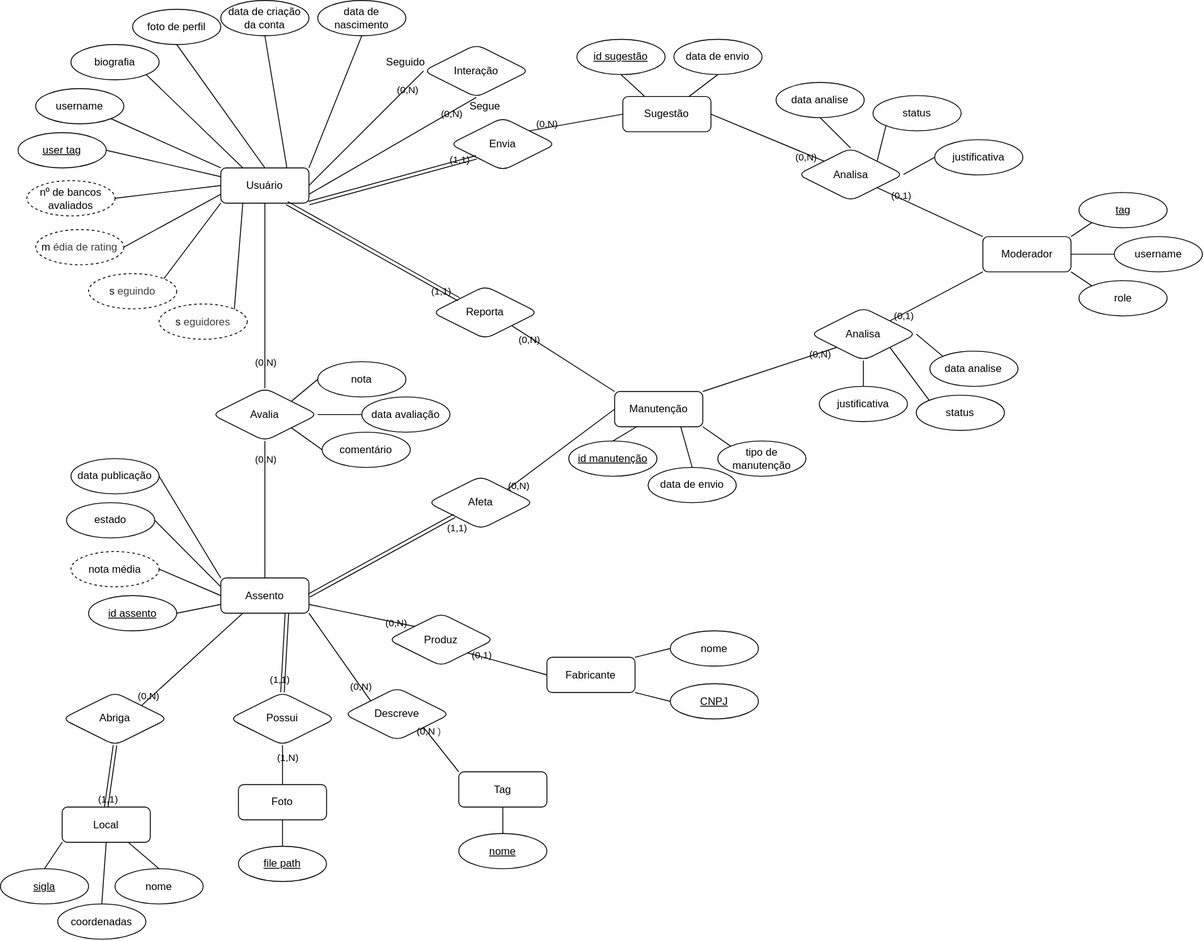
Segohui/Dados-de-Bancos---DB keeps this draw.io diagram as diagram.drawio.svg. Above is the earlier version. Source tidied: cells renumbered, new cells last; positions are measured from the earlier drawing's top-left corner, leaving out a move shared by most shapes.
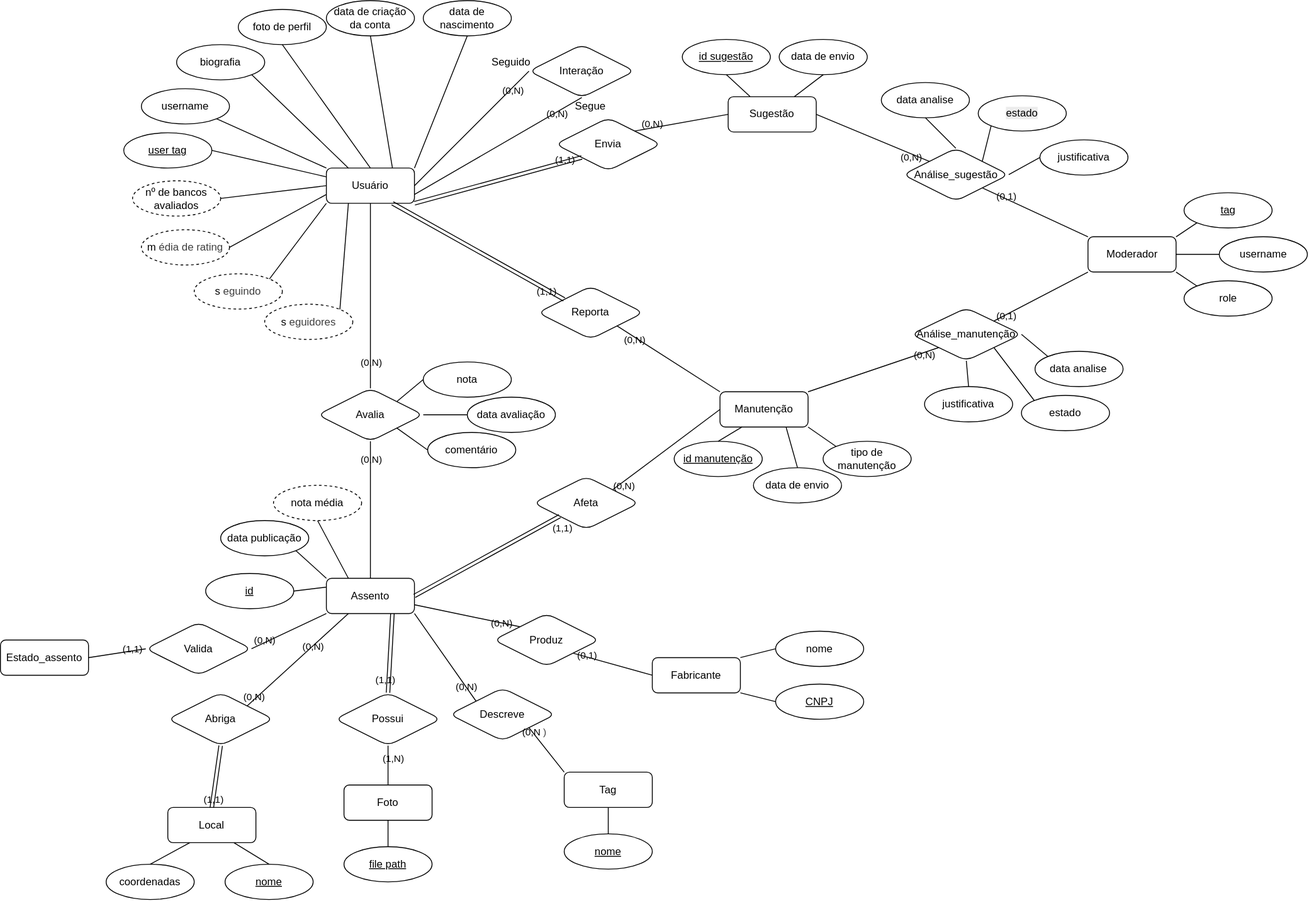
The same file after the commit.

Commit message:
refac: change seat status from attribute to entity

The edit, as a diff of the source:
```diff
@@ -62,8 +62,8 @@
         <mxPoint x="106" y="-46" as="offset" />
       </mxGeometry>
     </mxCell>
-    <mxCell id="20" value="Analisa" style="shape=rhombus;perimeter=rhombusPerimeter;whiteSpace=wrap;html=1;align=center;labelBackgroundColor=none;rounded=1;" parent="1" vertex="1">
-      <mxGeometry x="919.1" y="348.7" width="120" height="60" as="geometry" />
+    <mxCell id="20" value="Análise_manutenção" style="shape=rhombus;perimeter=rhombusPerimeter;whiteSpace=wrap;html=1;align=center;labelBackgroundColor=none;rounded=1;" parent="1" vertex="1">
+      <mxGeometry x="913.9" y="348.7" width="125.2" height="60" as="geometry" />
     </mxCell>
     <mxCell id="21" value="Moderador" style="whiteSpace=wrap;html=1;align=center;labelBackgroundColor=none;rounded=1;" parent="1" vertex="1">
       <mxGeometry x="1114.6" y="268" width="100" height="40" as="geometry" />
@@ -82,7 +82,7 @@
     <mxCell id="25" value="Sugestão" style="whiteSpace=wrap;html=1;align=center;labelBackgroundColor=none;rounded=1;" parent="1" vertex="1">
       <mxGeometry x="706.1" y="109.1" width="100" height="40" as="geometry" />
     </mxCell>
-    <mxCell id="26" value="Analisa" style="shape=rhombus;perimeter=rhombusPerimeter;whiteSpace=wrap;html=1;align=center;labelBackgroundColor=none;rounded=1;" parent="1" vertex="1">
+    <mxCell id="26" value="Análise_sugestão" style="shape=rhombus;perimeter=rhombusPerimeter;whiteSpace=wrap;html=1;align=center;labelBackgroundColor=none;rounded=1;" parent="1" vertex="1">
       <mxGeometry x="904.6" y="167.5" width="120" height="60" as="geometry" />
     </mxCell>
     <mxCell id="27" style="endArrow=none;html=1;rounded=1;exitX=1;exitY=0.5;exitDx=0;exitDy=0;entryX=0;entryY=0;entryDx=0;entryDy=0;labelBackgroundColor=none;fontColor=default;" parent="1" edge="1" source="25" target="26">
@@ -139,23 +139,17 @@
     <mxCell id="42" value="&lt;u&gt;file path&lt;/u&gt;" style="ellipse;whiteSpace=wrap;html=1;align=center;labelBackgroundColor=none;rounded=1;" parent="1" vertex="1">
       <mxGeometry x="270" y="960" width="100" height="40" as="geometry" />
     </mxCell>
-    <mxCell id="43" value="&lt;u&gt;sigla&lt;/u&gt;" style="ellipse;whiteSpace=wrap;html=1;align=center;labelBackgroundColor=none;rounded=1;" parent="1" vertex="1">
-      <mxGeometry y="985.5" width="100" height="40" as="geometry" />
-    </mxCell>
     <mxCell id="44" value="coordenadas" style="ellipse;whiteSpace=wrap;html=1;align=center;labelBackgroundColor=none;rounded=1;" parent="1" vertex="1">
-      <mxGeometry x="65" y="1025.5" width="100" height="40" as="geometry" />
+      <mxGeometry y="980" width="100" height="40" as="geometry" />
     </mxCell>
-    <mxCell id="45" value="nome" style="ellipse;whiteSpace=wrap;html=1;align=center;labelBackgroundColor=none;rounded=1;" parent="1" vertex="1">
-      <mxGeometry x="130" y="985.5" width="100" height="40" as="geometry" />
+    <mxCell id="45" value="&lt;u&gt;nome&lt;/u&gt;" style="ellipse;whiteSpace=wrap;html=1;align=center;labelBackgroundColor=none;rounded=1;" parent="1" vertex="1">
+      <mxGeometry x="135" y="980" width="100" height="40" as="geometry" />
     </mxCell>
-    <mxCell id="46" value="&lt;u&gt;id assento&lt;/u&gt;" style="ellipse;whiteSpace=wrap;html=1;align=center;labelBackgroundColor=none;rounded=1;" parent="1" vertex="1">
-      <mxGeometry x="100" y="675.5" width="100" height="40" as="geometry" />
+    <mxCell id="46" value="&lt;u&gt;id&lt;/u&gt;" style="ellipse;whiteSpace=wrap;html=1;align=center;labelBackgroundColor=none;rounded=1;" parent="1" vertex="1">
+      <mxGeometry x="113" y="650" width="100" height="40" as="geometry" />
     </mxCell>
-    <mxCell id="47" value="estado" style="ellipse;whiteSpace=wrap;html=1;align=center;labelBackgroundColor=none;rounded=1;" parent="1" vertex="1">
-      <mxGeometry x="75" y="570" width="100" height="40" as="geometry" />
-    </mxCell>
     <mxCell id="48" value="data publicação" style="ellipse;whiteSpace=wrap;html=1;align=center;labelBackgroundColor=none;rounded=1;" parent="1" vertex="1">
-      <mxGeometry x="80" y="520" width="100" height="40" as="geometry" />
+      <mxGeometry x="130" y="590" width="100" height="40" as="geometry" />
     </mxCell>
     <mxCell id="49" value="Interação" style="shape=rhombus;perimeter=rhombusPerimeter;whiteSpace=wrap;html=1;align=center;labelBackgroundColor=none;rounded=1;" parent="1" vertex="1">
       <mxGeometry x="480" y="50" width="120" height="60" as="geometry" />
@@ -182,24 +176,16 @@
     <mxCell id="55" value="Seguido" style="text;html=1;whiteSpace=wrap;strokeColor=none;fillColor=none;align=center;verticalAlign=middle;rounded=1;labelBackgroundColor=none;" parent="1" vertex="1">
       <mxGeometry x="430" y="55" width="60" height="30" as="geometry" />
     </mxCell>
-    <mxCell id="56" style="edgeStyle=none;jettySize=auto;html=1;rounded=1;endArrow=none;endFill=0;exitX=0;exitY=0;exitDx=0;exitDy=0;entryX=1;entryY=0.5;entryDx=0;entryDy=0;labelBackgroundColor=none;fontColor=default;" parent="1" edge="1" source="2" target="48">
+    <mxCell id="56" style="edgeStyle=none;jettySize=auto;html=1;rounded=1;endArrow=none;endFill=0;exitX=0;exitY=0;exitDx=0;exitDy=0;entryX=1;entryY=1;entryDx=0;entryDy=0;labelBackgroundColor=none;fontColor=default;" parent="1" edge="1" source="2" target="48">
       <mxGeometry relative="1" as="geometry" />
     </mxCell>
-    <mxCell id="57" style="edgeStyle=none;jettySize=auto;html=1;rounded=1;endArrow=none;endFill=0;exitX=1;exitY=0.5;exitDx=0;exitDy=0;entryX=0;entryY=0.25;entryDx=0;entryDy=0;labelBackgroundColor=none;fontColor=default;" parent="1" edge="1" source="47" target="2">
-      <mxGeometry relative="1" as="geometry" />
-    </mxCell>
-    <mxCell id="58" style="edgeStyle=none;jettySize=auto;html=1;rounded=1;endArrow=none;endFill=0;exitX=0;exitY=0.5;exitDx=0;exitDy=0;entryX=1;entryY=0.5;entryDx=0;entryDy=0;labelBackgroundColor=none;fontColor=default;" parent="1" edge="1" source="2" target="106">
+    <mxCell id="58" style="edgeStyle=none;jettySize=auto;html=1;rounded=1;endArrow=none;endFill=0;exitX=0.25;exitY=0;exitDx=0;exitDy=0;entryX=0.5;entryY=1;entryDx=0;entryDy=0;labelBackgroundColor=none;fontColor=default;" parent="1" edge="1" source="2" target="106">
       <mxGeometry relative="1" as="geometry" />
     </mxCell>
-    <mxCell id="59" style="edgeStyle=none;jettySize=auto;html=1;rounded=1;endArrow=none;endFill=0;exitX=0;exitY=0.75;exitDx=0;exitDy=0;entryX=1;entryY=0.5;entryDx=0;entryDy=0;labelBackgroundColor=none;fontColor=default;" parent="1" edge="1" source="2" target="46">
+    <mxCell id="59" style="edgeStyle=none;jettySize=auto;html=1;rounded=1;endArrow=none;endFill=0;exitX=0;exitY=0.25;exitDx=0;exitDy=0;entryX=1;entryY=0.5;entryDx=0;entryDy=0;labelBackgroundColor=none;fontColor=default;" parent="1" edge="1" source="2" target="46">
       <mxGeometry relative="1" as="geometry" />
     </mxCell>
-    <mxCell id="60" style="edgeStyle=none;jettySize=auto;html=1;rounded=1;endArrow=none;endFill=0;exitX=0.5;exitY=0;exitDx=0;exitDy=0;labelBackgroundColor=none;fontColor=default;" parent="1" edge="1" source="43">
-      <mxGeometry relative="1" as="geometry">
-        <mxPoint x="70" y="955.5" as="targetPoint" />
-      </mxGeometry>
-    </mxCell>
-    <mxCell id="61" style="edgeStyle=none;jettySize=auto;html=1;rounded=1;endArrow=none;endFill=0;exitX=0.5;exitY=0;exitDx=0;exitDy=0;entryX=0.5;entryY=1;entryDx=0;entryDy=0;labelBackgroundColor=none;fontColor=default;" parent="1" edge="1" source="44" target="4">
+    <mxCell id="61" style="edgeStyle=none;jettySize=auto;html=1;rounded=1;endArrow=none;endFill=0;exitX=0.5;exitY=0;exitDx=0;exitDy=0;entryX=0.25;entryY=1;entryDx=0;entryDy=0;labelBackgroundColor=none;fontColor=default;" parent="1" edge="1" source="44" target="4">
       <mxGeometry relative="1" as="geometry" />
     </mxCell>
     <mxCell id="62" style="edgeStyle=none;orthogonalLoop=1;jettySize=auto;html=1;rounded=1;endArrow=none;endFill=0;exitX=0.5;exitY=0;exitDx=0;exitDy=0;entryX=0.5;entryY=0;entryDx=0;entryDy=0;labelBackgroundColor=none;fontColor=default;" parent="1" edge="1" source="45" target="45">
@@ -335,7 +321,7 @@
       <mxGeometry relative="1" as="geometry" />
     </mxCell>
     <mxCell id="106" value="nota média" style="ellipse;whiteSpace=wrap;html=1;align=center;dashed=1;labelBackgroundColor=none;rounded=1;" parent="1" vertex="1">
-      <mxGeometry x="80" y="625.5" width="100" height="40" as="geometry" />
+      <mxGeometry x="190" y="550" width="100" height="40" as="geometry" />
     </mxCell>
     <mxCell id="107" style="edgeStyle=none;jettySize=auto;html=1;rounded=1;endArrow=none;endFill=0;exitX=0;exitY=0.5;exitDx=0;exitDy=0;entryX=1;entryY=0.5;entryDx=0;entryDy=0;labelBackgroundColor=none;fontColor=default;" parent="1" edge="1" source="102" target="9">
       <mxGeometry relative="1" as="geometry" />
@@ -346,7 +332,7 @@
     <mxCell id="109" value="data analise" style="ellipse;whiteSpace=wrap;html=1;align=center;labelBackgroundColor=none;rounded=1;" parent="1" vertex="1">
       <mxGeometry x="880" y="93" width="100" height="40" as="geometry" />
     </mxCell>
-    <mxCell id="110" value="status" style="ellipse;whiteSpace=wrap;html=1;align=center;labelBackgroundColor=none;rounded=1;" parent="1" vertex="1">
+    <mxCell id="110" value="&lt;span style=&quot;color: rgb(0, 0, 0); font-family: Helvetica; font-size: 12px; font-style: normal; font-variant-ligatures: normal; font-variant-caps: normal; font-weight: 400; letter-spacing: normal; orphans: 2; text-align: center; text-indent: 0px; text-transform: none; widows: 2; word-spacing: 0px; -webkit-text-stroke-width: 0px; white-space: normal; background-color: rgb(236, 236, 236); text-decoration-thickness: initial; text-decoration-style: initial; text-decoration-color: initial; display: inline !important; float: none;&quot;&gt;estado&lt;/span&gt;" style="ellipse;whiteSpace=wrap;html=1;align=center;labelBackgroundColor=none;rounded=1;" parent="1" vertex="1">
       <mxGeometry x="990" y="108" width="100" height="40" as="geometry" />
     </mxCell>
     <mxCell id="111" style="endArrow=none;html=1;rounded=1;entryX=1;entryY=0;entryDx=0;entryDy=0;exitX=0;exitY=1;exitDx=0;exitDy=0;labelBackgroundColor=none;fontColor=default;" parent="1" edge="1" source="110" target="26">
@@ -361,7 +347,7 @@
     <mxCell id="114" style="endArrow=none;html=1;rounded=1;entryX=1;entryY=0.5;entryDx=0;entryDy=0;exitX=0;exitY=0;exitDx=0;exitDy=0;labelBackgroundColor=none;fontColor=default;" parent="1" edge="1" source="113" target="20">
       <mxGeometry relative="1" as="geometry" />
     </mxCell>
-    <mxCell id="115" value="status" style="ellipse;whiteSpace=wrap;html=1;align=center;labelBackgroundColor=none;rounded=1;" parent="1" vertex="1">
+    <mxCell id="115" value="&lt;span style=&quot;color: rgb(0, 0, 0);&quot;&gt;estado&lt;/span&gt;" style="ellipse;whiteSpace=wrap;html=1;align=center;labelBackgroundColor=none;rounded=1;" parent="1" vertex="1">
       <mxGeometry x="1039.1" y="448" width="100" height="40" as="geometry" />
     </mxCell>
     <mxCell id="116" style="endArrow=none;html=1;rounded=1;entryX=1;entryY=1;entryDx=0;entryDy=0;exitX=0;exitY=0;exitDx=0;exitDy=0;labelBackgroundColor=none;fontColor=default;" parent="1" edge="1" source="115" target="20">
@@ -475,5 +461,32 @@
     <mxCell id="146" style="endArrow=none;html=1;rounded=1;entryX=1;entryY=0.5;entryDx=0;entryDy=0;exitX=0;exitY=0.5;exitDx=0;exitDy=0;labelBackgroundColor=none;fontColor=default;" parent="1" edge="1" source="145" target="26">
       <mxGeometry relative="1" as="geometry" />
     </mxCell>
+    <mxCell id="147" value="Estado_assento" style="whiteSpace=wrap;html=1;align=center;labelBackgroundColor=none;rounded=1;" parent="1" vertex="1">
+      <mxGeometry x="-120" y="725.5" width="100" height="40" as="geometry" />
+    </mxCell>
+    <mxCell id="148" value="Valida" style="shape=rhombus;perimeter=rhombusPerimeter;whiteSpace=wrap;html=1;align=center;labelBackgroundColor=none;rounded=1;" parent="1" vertex="1">
+      <mxGeometry x="45" y="705.5" width="120" height="60" as="geometry" />
+    </mxCell>
+    <mxCell id="149" style="endArrow=none;html=1;rounded=1;exitX=0;exitY=0.5;exitDx=0;exitDy=0;entryX=1;entryY=0.5;entryDx=0;entryDy=0;labelBackgroundColor=none;fontColor=default;" parent="1" edge="1" source="148" target="147">
+      <mxGeometry relative="1" as="geometry" />
+    </mxCell>
+    <mxCell id="150" value="(1,1)" style="edgeLabel;html=1;align=center;verticalAlign=middle;labelBackgroundColor=none;rounded=1;" parent="149" vertex="1">
+      <mxGeometry x="0.85" y="-1" relative="1" as="geometry">
+        <mxPoint x="45" y="-8" as="offset" />
+      </mxGeometry>
+    </mxCell>
+    <mxCell id="151" value="(0,N)" style="edgeLabel;html=1;align=center;verticalAlign=middle;labelBackgroundColor=none;rounded=1;" parent="149" vertex="1">
+      <mxGeometry x="0.85" y="-1" relative="1" as="geometry">
+        <mxPoint x="195" y="-18" as="offset" />
+      </mxGeometry>
+    </mxCell>
+    <mxCell id="152" style="endArrow=none;html=1;rounded=1;exitX=0;exitY=1;exitDx=0;exitDy=0;entryX=1;entryY=0.5;entryDx=0;entryDy=0;labelBackgroundColor=none;fontColor=default;startArrow=none;startFill=0;" parent="1" edge="1" source="2" target="148">
+      <mxGeometry relative="1" as="geometry" />
+    </mxCell>
+    <mxCell id="153" value="(0,N)" style="edgeLabel;html=1;align=center;verticalAlign=middle;labelBackgroundColor=none;rounded=1;" parent="152" vertex="1">
+      <mxGeometry x="0.85" y="-1" relative="1" as="geometry">
+        <mxPoint x="64" y="1" as="offset" />
+      </mxGeometry>
+    </mxCell>
   </root>
 </mxGraphModel>
```
